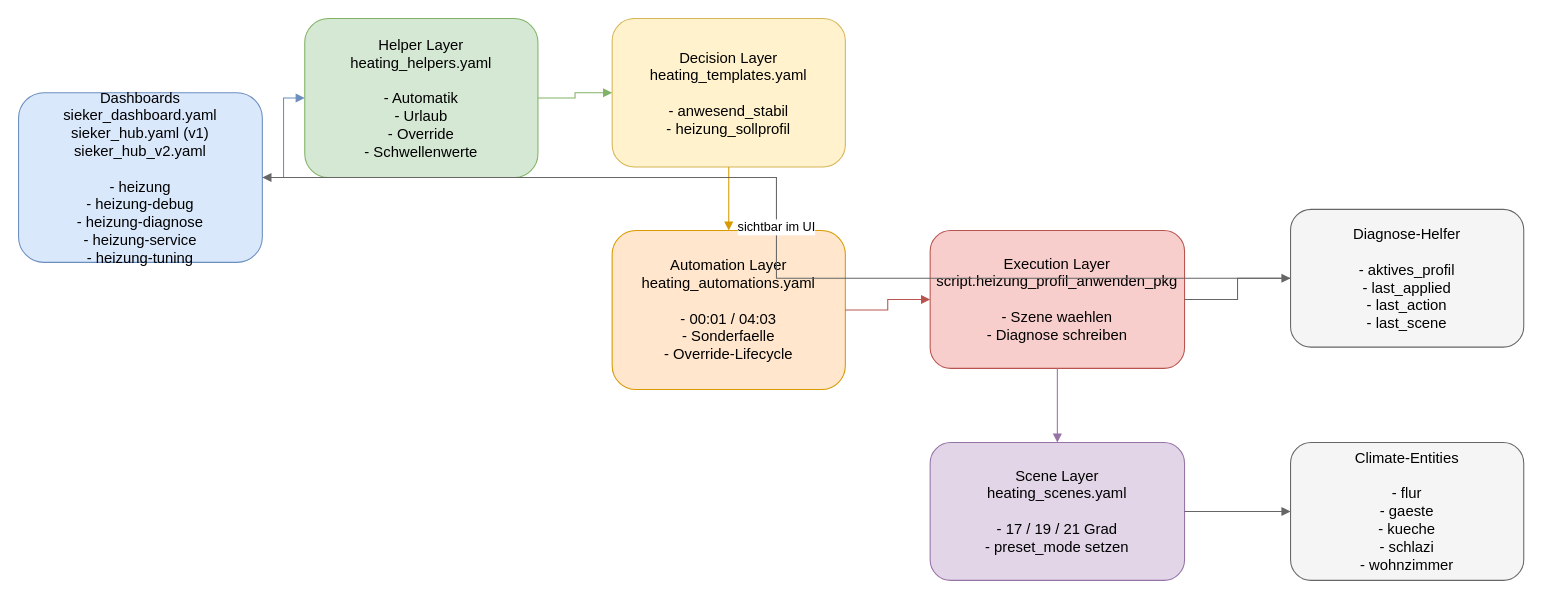
Above: page "Gesamtuebersicht" (1 of 3) of _ha_dokumentation/heating/heating_app_flows.drawio in treviris53/Codex (draw.io), before the change. Source tidied: cells renumbered, new cells numbered last; positions are measured from the earlier drawing's top-left corner, leaving out a move shared by most shapes. Both pictures are drawn from the tidied source at 106%, with x=0, y=0 at pixel (18, 18).
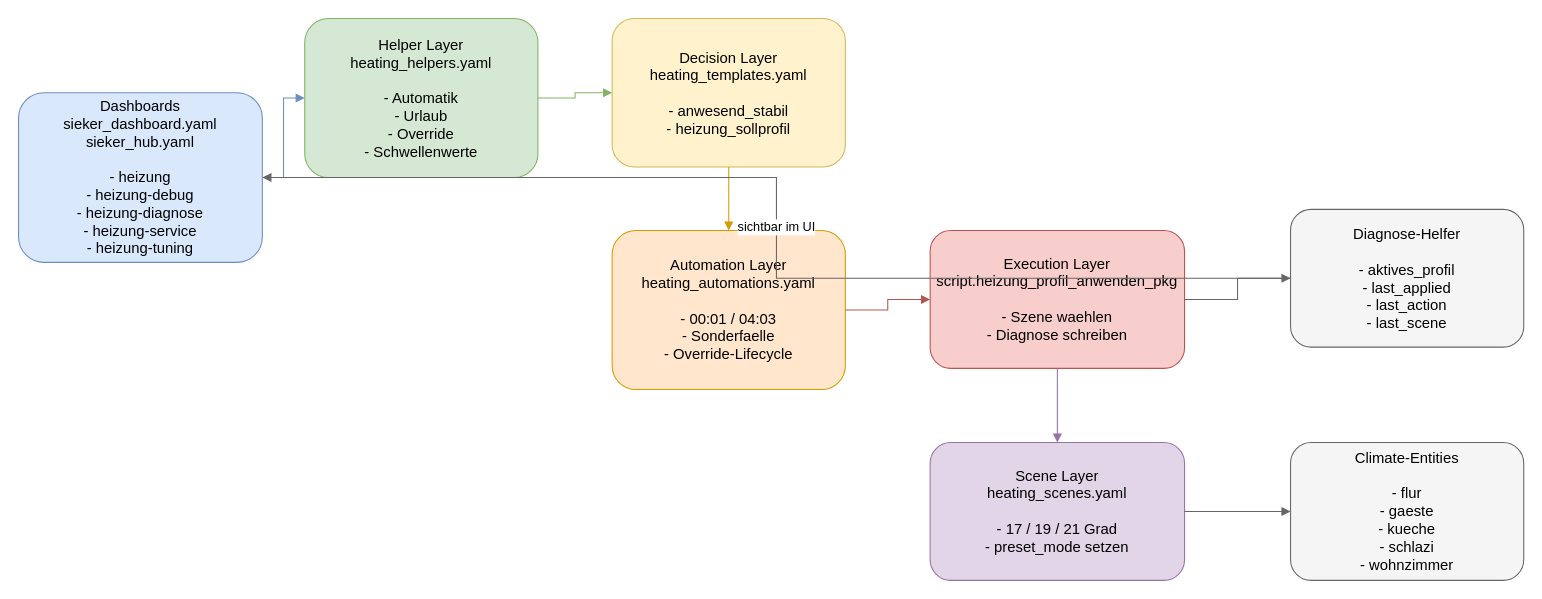
After the change.

Commit message (it also covers changes not shown here):
Introduce consolidated Sieker Hub dashboard and align documentation

What changed in the source:
```diff
@@
 <mxGraphModel>
   <root>
     <mxCell id="0" />
     <mxCell id="1" parent="0" />
-    <mxCell id="2" value="Dashboards&#10;sieker_dashboard.yaml&#10;sieker_hub.yaml (v1)&#10;sieker_hub_v2.yaml&#10;&#10;- heizung&#10;- heizung-debug&#10;- heizung-diagnose&#10;- heizung-service&#10;- heizung-tuning" style="rounded=1;whiteSpace=wrap;html=1;fillColor=#dae8fc;strokeColor=#6c8ebf;fontSize=14;" parent="1" vertex="1">
+    <mxCell id="2" value="Dashboards&#10;sieker_dashboard.yaml&#10;sieker_hub.yaml&#10;&#10;- heizung&#10;- heizung-debug&#10;- heizung-diagnose&#10;- heizung-service&#10;- heizung-tuning" style="rounded=1;whiteSpace=wrap;html=1;fillColor=#dae8fc;strokeColor=#6c8ebf;fontSize=14;" parent="1" vertex="1">
       <mxGeometry y="70" width="230" height="160" as="geometry" />
     </mxCell>
     <mxCell id="3" value="Helper Layer&#10;heating_helpers.yaml&#10;&#10;- Automatik&#10;- Urlaub&#10;- Override&#10;- Schwellenwerte" style="rounded=1;whiteSpace=wrap;html=1;fillColor=#d5e8d4;strokeColor=#82b366;fontSize=14;" parent="1" vertex="1">
       <mxGeometry x="270" width="220" height="150" as="geometry" />
     </mxCell>
     <mxCell id="4" value="Decision Layer&#10;heating_templates.yaml&#10;&#10;- anwesend_stabil&#10;- heizung_sollprofil" style="rounded=1;whiteSpace=wrap;html=1;fillColor=#fff2cc;strokeColor=#d6b656;fontSize=14;" parent="1" vertex="1">
       <mxGeometry x="560" width="220" height="140" as="geometry" />
     </mxCell>
     <mxCell id="5" value="Automation Layer&#10;heating_automations.yaml&#10;&#10;- 00:01 / 04:03&#10;- Sonderfaelle&#10;- Override-Lifecycle" style="rounded=1;whiteSpace=wrap;html=1;fillColor=#ffe6cc;strokeColor=#d79b00;fontSize=14;" parent="1" vertex="1">
       <mxGeometry x="560" y="200" width="220" height="150" as="geometry" />
     </mxCell>
     <mxCell id="6" value="Execution Layer&#10;script.heizung_profil_anwenden_pkg&#10;&#10;- Szene waehlen&#10;- Diagnose schreiben" style="rounded=1;whiteSpace=wrap;html=1;fillColor=#f8cecc;strokeColor=#b85450;fontSize=14;" parent="1" vertex="1">
       <mxGeometry x="860" y="200" width="240" height="130" as="geometry" />
     </mxCell>
     <mxCell id="7" value="Scene Layer&#10;heating_scenes.yaml&#10;&#10;- 17 / 19 / 21 Grad&#10;- preset_mode setzen" style="rounded=1;whiteSpace=wrap;html=1;fillColor=#e1d5e7;strokeColor=#9673a6;fontSize=14;" parent="1" vertex="1">
       <mxGeometry x="860" y="400" width="240" height="130" as="geometry" />
     </mxCell>
     <mxCell id="8" value="Climate-Entities&#10;&#10;- flur&#10;- gaeste&#10;- kueche&#10;- schlazi&#10;- wohnzimmer" style="rounded=1;whiteSpace=wrap;html=1;fillColor=#f5f5f5;strokeColor=#666666;fontSize=14;" parent="1" vertex="1">
       <mxGeometry x="1200" y="400" width="220" height="130" as="geometry" />
     </mxCell>
     <mxCell id="9" value="Diagnose-Helfer&#10;&#10;- aktives_profil&#10;- last_applied&#10;- last_action&#10;- last_scene" style="rounded=1;whiteSpace=wrap;html=1;fillColor=#f5f5f5;strokeColor=#666666;fontSize=14;" parent="1" vertex="1">
       <mxGeometry x="1200" y="180" width="220" height="130" as="geometry" />
     </mxCell>
     <mxCell id="10" style="edgeStyle=orthogonalEdgeStyle;rounded=0;html=1;endArrow=block;strokeColor=#6c8ebf;" parent="1" edge="1" source="2" target="3">
       <mxGeometry relative="1" as="geometry" />
     </mxCell>
     <mxCell id="11" style="edgeStyle=orthogonalEdgeStyle;rounded=0;html=1;endArrow=block;strokeColor=#82b366;" parent="1" edge="1" source="3" target="4">
       <mxGeometry relative="1" as="geometry" />
     </mxCell>
     <mxCell id="12" style="edgeStyle=orthogonalEdgeStyle;rounded=0;html=1;endArrow=block;strokeColor=#d79b00;" parent="1" edge="1" source="4" target="5">
       <mxGeometry relative="1" as="geometry" />
     </mxCell>
     <mxCell id="13" style="edgeStyle=orthogonalEdgeStyle;rounded=0;html=1;endArrow=block;strokeColor=#b85450;" parent="1" edge="1" source="5" target="6">
       <mxGeometry relative="1" as="geometry" />
     </mxCell>
     <mxCell id="14" style="edgeStyle=orthogonalEdgeStyle;rounded=0;html=1;endArrow=block;strokeColor=#9673a6;" parent="1" edge="1" source="6" target="7">
       <mxGeometry relative="1" as="geometry" />
     </mxCell>
     <mxCell id="15" style="edgeStyle=orthogonalEdgeStyle;rounded=0;html=1;endArrow=block;strokeColor=#666666;" parent="1" edge="1" source="7" target="8">
       <mxGeometry relative="1" as="geometry" />
     </mxCell>
     <mxCell id="16" style="edgeStyle=orthogonalEdgeStyle;rounded=0;html=1;endArrow=block;strokeColor=#666666;" parent="1" edge="1" source="6" target="9">
       <mxGeometry relative="1" as="geometry" />
     </mxCell>
     <mxCell id="17" value="sichtbar im UI" style="edgeStyle=orthogonalEdgeStyle;rounded=0;html=1;endArrow=block;strokeColor=#666666;fontSize=12;" parent="1" edge="1" source="9" target="2">
       <mxGeometry relative="1" as="geometry" />
     </mxCell>
   </root>
 </mxGraphModel>
```
